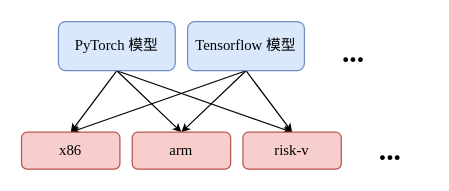
This is page "no_ir" (1 of 2) of IR_releated.drawio from foreignbill/drawio, a draw.io file, before an edit. Source tidied: cells renumbered, new cells numbered last; positions are measured from the earlier drawing's top-left corner, leaving out a move shared by most shapes. Both pictures are drawn from the tidied source at 123%, with x=0, y=0 at pixel (21, 21).
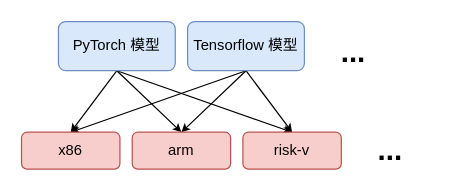
Above is the later version.

The edit, as a diff of the source:
```diff
@@
 <mxGraphModel>
   <root>
     <mxCell id="0" />
     <mxCell id="1" parent="0" />
-    <mxCell id="2" style="rounded=0;jettySize=auto;html=1;exitX=0.5;exitY=1;exitDx=0;exitDy=0;entryX=0.5;entryY=0;entryDx=0;entryDy=0;fontSize=24;fontFamily=Times New Roman;endSize=4;startSize=4;" parent="1" edge="1" source="5" target="10">
+    <mxCell id="2" style="rounded=0;jettySize=auto;html=1;exitX=0.5;exitY=1;exitDx=0;exitDy=0;entryX=0.5;entryY=0;entryDx=0;entryDy=0;fontSize=24;fontFamily=Fangsong;endSize=4;startSize=4;" parent="1" edge="1" source="5" target="10">
       <mxGeometry relative="1" as="geometry" />
     </mxCell>
-    <mxCell id="3" style="edgeStyle=none;rounded=0;jettySize=auto;html=1;exitX=0.5;exitY=1;exitDx=0;exitDy=0;entryX=0.5;entryY=0;entryDx=0;entryDy=0;fontSize=24;fontFamily=Times New Roman;endSize=4;startSize=4;" parent="1" edge="1" source="5" target="11">
+    <mxCell id="3" style="edgeStyle=none;rounded=0;jettySize=auto;html=1;exitX=0.5;exitY=1;exitDx=0;exitDy=0;entryX=0.5;entryY=0;entryDx=0;entryDy=0;fontSize=24;fontFamily=Fangsong;endSize=4;startSize=4;" parent="1" edge="1" source="5" target="11">
       <mxGeometry relative="1" as="geometry" />
     </mxCell>
-    <mxCell id="4" style="edgeStyle=none;rounded=0;jettySize=auto;html=1;exitX=0.5;exitY=1;exitDx=0;exitDy=0;entryX=0.5;entryY=0;entryDx=0;entryDy=0;fontSize=24;fontFamily=Times New Roman;endSize=4;startSize=4;" parent="1" edge="1" source="5" target="12">
+    <mxCell id="4" style="edgeStyle=none;rounded=0;jettySize=auto;html=1;exitX=0.5;exitY=1;exitDx=0;exitDy=0;entryX=0.5;entryY=0;entryDx=0;entryDy=0;fontSize=24;fontFamily=Fangsong;endSize=4;startSize=4;" parent="1" edge="1" source="5" target="12">
       <mxGeometry relative="1" as="geometry" />
     </mxCell>
-    <mxCell id="5" value="PyTorch 模型" style="rounded=1;whiteSpace=wrap;html=1;fillColor=#dae8fc;strokeColor=#6c8ebf;fontFamily=Times New Roman;" parent="1" vertex="1">
+    <mxCell id="5" value="PyTorch 模型" style="rounded=1;whiteSpace=wrap;html=1;fillColor=#dae8fc;strokeColor=#6c8ebf;fontFamily=Fangsong;" parent="1" vertex="1">
       <mxGeometry x="30" width="95" height="40" as="geometry" />
     </mxCell>
-    <mxCell id="6" style="edgeStyle=none;rounded=0;jettySize=auto;html=1;exitX=0.5;exitY=1;exitDx=0;exitDy=0;entryX=0.5;entryY=0;entryDx=0;entryDy=0;fontSize=24;fontFamily=Times New Roman;endSize=4;startSize=4;" parent="1" edge="1" source="9" target="10">
+    <mxCell id="6" style="edgeStyle=none;rounded=0;jettySize=auto;html=1;exitX=0.5;exitY=1;exitDx=0;exitDy=0;entryX=0.5;entryY=0;entryDx=0;entryDy=0;fontSize=24;fontFamily=Fangsong;endSize=4;startSize=4;" parent="1" edge="1" source="9" target="10">
       <mxGeometry relative="1" as="geometry" />
     </mxCell>
-    <mxCell id="7" style="edgeStyle=none;rounded=0;jettySize=auto;html=1;exitX=0.5;exitY=1;exitDx=0;exitDy=0;entryX=0.5;entryY=0;entryDx=0;entryDy=0;fontSize=24;fontFamily=Times New Roman;endSize=4;startSize=4;" parent="1" edge="1" source="9" target="11">
+    <mxCell id="7" style="edgeStyle=none;rounded=0;jettySize=auto;html=1;exitX=0.5;exitY=1;exitDx=0;exitDy=0;entryX=0.5;entryY=0;entryDx=0;entryDy=0;fontSize=24;fontFamily=Fangsong;endSize=4;startSize=4;" parent="1" edge="1" source="9" target="11">
       <mxGeometry relative="1" as="geometry" />
     </mxCell>
-    <mxCell id="8" style="edgeStyle=none;rounded=0;jettySize=auto;html=1;exitX=0.5;exitY=1;exitDx=0;exitDy=0;entryX=0.5;entryY=0;entryDx=0;entryDy=0;fontSize=24;fontFamily=Times New Roman;endSize=4;startSize=4;" parent="1" edge="1" source="9" target="12">
+    <mxCell id="8" style="edgeStyle=none;rounded=0;jettySize=auto;html=1;exitX=0.5;exitY=1;exitDx=0;exitDy=0;entryX=0.5;entryY=0;entryDx=0;entryDy=0;fontSize=24;fontFamily=Fangsong;endSize=4;startSize=4;" parent="1" edge="1" source="9" target="12">
       <mxGeometry relative="1" as="geometry" />
     </mxCell>
-    <mxCell id="9" value="Tensorflow 模型" style="rounded=1;whiteSpace=wrap;html=1;fillColor=#dae8fc;strokeColor=#6c8ebf;fontFamily=Times New Roman;" parent="1" vertex="1">
+    <mxCell id="9" value="Tensorflow 模型" style="rounded=1;whiteSpace=wrap;html=1;fillColor=#dae8fc;strokeColor=#6c8ebf;fontFamily=Fangsong;" parent="1" vertex="1">
       <mxGeometry x="135" width="95" height="40" as="geometry" />
     </mxCell>
-    <mxCell id="10" value="x86" style="rounded=1;whiteSpace=wrap;html=1;fillColor=#f8cecc;strokeColor=#b85450;fontFamily=Times New Roman;" parent="1" vertex="1">
+    <mxCell id="10" value="x86" style="rounded=1;whiteSpace=wrap;html=1;fillColor=#f8cecc;strokeColor=#b85450;fontFamily=Fangsong;" parent="1" vertex="1">
       <mxGeometry y="90" width="80" height="30" as="geometry" />
     </mxCell>
-    <mxCell id="11" value="arm" style="rounded=1;whiteSpace=wrap;html=1;fillColor=#f8cecc;strokeColor=#b85450;fontFamily=Times New Roman;" parent="1" vertex="1">
+    <mxCell id="11" value="arm" style="rounded=1;whiteSpace=wrap;html=1;fillColor=#f8cecc;strokeColor=#b85450;fontFamily=Fangsong;" parent="1" vertex="1">
       <mxGeometry x="90" y="90" width="80" height="30" as="geometry" />
     </mxCell>
-    <mxCell id="12" value="risk-v" style="rounded=1;whiteSpace=wrap;html=1;fillColor=#f8cecc;strokeColor=#b85450;fontFamily=Times New Roman;" parent="1" vertex="1">
+    <mxCell id="12" value="risk-v" style="rounded=1;whiteSpace=wrap;html=1;fillColor=#f8cecc;strokeColor=#b85450;fontFamily=Fangsong;" parent="1" vertex="1">
       <mxGeometry x="180" y="90" width="80" height="30" as="geometry" />
     </mxCell>
-    <mxCell id="13" value="..." style="text;html=1;strokeColor=none;fillColor=none;align=center;verticalAlign=middle;whiteSpace=wrap;rounded=0;fontStyle=1;fontSize=24;labelPosition=center;verticalLabelPosition=middle;labelBackgroundColor=none;fontFamily=Times New Roman;" parent="1" vertex="1">
+    <mxCell id="13" value="..." style="text;html=1;strokeColor=none;fillColor=none;align=center;verticalAlign=middle;whiteSpace=wrap;rounded=0;fontStyle=1;fontSize=24;labelPosition=center;verticalLabelPosition=middle;labelBackgroundColor=none;fontFamily=Fangsong;" parent="1" vertex="1">
       <mxGeometry x="240" y="10" width="60" height="30" as="geometry" />
     </mxCell>
-    <mxCell id="14" value="..." style="text;html=1;strokeColor=none;fillColor=none;align=center;verticalAlign=middle;whiteSpace=wrap;rounded=0;fontStyle=1;fontSize=24;labelPosition=center;verticalLabelPosition=middle;labelBackgroundColor=none;fontFamily=Times New Roman;" parent="1" vertex="1">
+    <mxCell id="14" value="..." style="text;html=1;strokeColor=none;fillColor=none;align=center;verticalAlign=middle;whiteSpace=wrap;rounded=0;fontStyle=1;fontSize=24;labelPosition=center;verticalLabelPosition=middle;labelBackgroundColor=none;fontFamily=Fangsong;" parent="1" vertex="1">
       <mxGeometry x="270" y="90" width="60" height="30" as="geometry" />
     </mxCell>
   </root>
 </mxGraphModel>
```
